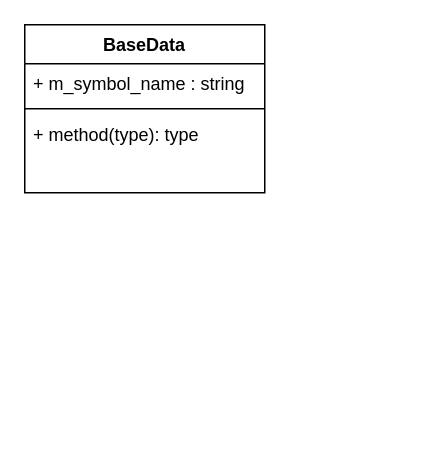
This is Chart/models.drawio from BaseMql5/TradeComplex, a draw.io file, before an edit. Source tidied: cells renumbered, new cells numbered last; positions are measured from the earlier drawing's top-left corner, leaving out a move shared by most shapes. Both pictures are drawn from the tidied source at 150%, with x=0, y=0 at pixel (24, 24).
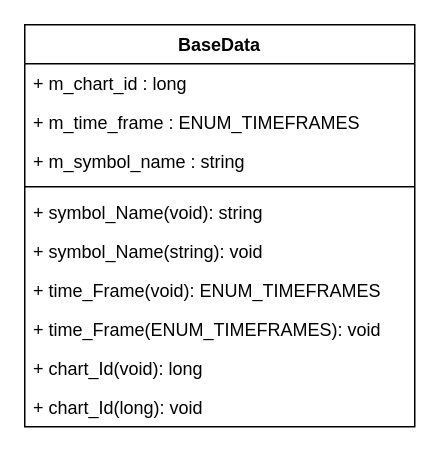
Above is the later version.

Change to the diagram source:
```diff
@@
 <mxGraphModel>
   <root>
     <mxCell id="0" />
     <mxCell id="1" parent="0" />
     <mxCell id="2" value="BaseData" style="swimlane;fontStyle=1;align=center;verticalAlign=top;horizontal=1;startSize=26;" parent="1" vertex="1">
-      <mxGeometry width="160" height="112" as="geometry" />
+      <mxGeometry width="260" height="268" as="geometry" />
     </mxCell>
+    <mxCell id="7" value="+ m_chart_id : long" style="text;strokeColor=none;fillColor=none;align=left;verticalAlign=top;spacingLeft=4;spacingRight=4;overflow=hidden;" parent="2" vertex="1">
+      <mxGeometry y="26" width="260" height="26" as="geometry" />
+    </mxCell>
+    <mxCell id="8" value="+ m_time_frame : ENUM_TIMEFRAMES" style="text;strokeColor=none;fillColor=none;align=left;verticalAlign=top;spacingLeft=4;spacingRight=4;overflow=hidden;" parent="2" vertex="1">
+      <mxGeometry y="52" width="260" height="26" as="geometry" />
+    </mxCell>
     <mxCell id="3" value="+ m_symbol_name : string" style="text;strokeColor=none;fillColor=none;align=left;verticalAlign=top;spacingLeft=4;spacingRight=4;overflow=hidden;" parent="2" vertex="1">
-      <mxGeometry y="26" width="160" height="26" as="geometry" />
+      <mxGeometry y="78" width="260" height="26" as="geometry" />
     </mxCell>
     <mxCell id="4" style="line;strokeWidth=1;fillColor=none;align=left;verticalAlign=middle;spacingTop=-1;spacingLeft=3;spacingRight=3;labelPosition=right;strokeColor=inherit;" parent="2" vertex="1">
-      <mxGeometry y="52" width="160" height="8" as="geometry" />
+      <mxGeometry y="104" width="260" height="8" as="geometry" />
     </mxCell>
-    <mxCell id="5" value="+ method(type): type" style="text;strokeColor=none;fillColor=none;align=left;verticalAlign=top;spacingLeft=4;spacingRight=4;overflow=hidden;" parent="2" vertex="1">
-      <mxGeometry y="60" width="160" height="26" as="geometry" />
+    <mxCell id="5" value="+ symbol_Name(void): string" style="text;strokeColor=none;fillColor=none;align=left;verticalAlign=top;spacingLeft=4;spacingRight=4;overflow=hidden;" parent="2" vertex="1">
+      <mxGeometry y="112" width="260" height="26" as="geometry" />
     </mxCell>
-    <mxCell id="6" style="text;strokeColor=none;fillColor=none;align=left;verticalAlign=top;spacingLeft=4;spacingRight=4;overflow=hidden;" parent="2" vertex="1">
-      <mxGeometry y="86" width="160" height="26" as="geometry" />
-    </mxCell>
+    <mxCell id="9" value="+ symbol_Name(string): void" style="text;strokeColor=none;fillColor=none;align=left;verticalAlign=top;spacingLeft=4;spacingRight=4;overflow=hidden;" parent="2" vertex="1">
+      <mxGeometry y="138" width="260" height="26" as="geometry" />
+    </mxCell>
+    <mxCell id="10" value="+ time_Frame(void): ENUM_TIMEFRAMES" style="text;strokeColor=none;fillColor=none;align=left;verticalAlign=top;spacingLeft=4;spacingRight=4;overflow=hidden;" parent="2" vertex="1">
+      <mxGeometry y="164" width="260" height="26" as="geometry" />
+    </mxCell>
+    <mxCell id="11" value="+ time_Frame(ENUM_TIMEFRAMES): void" style="text;strokeColor=none;fillColor=none;align=left;verticalAlign=top;spacingLeft=4;spacingRight=4;overflow=hidden;" parent="2" vertex="1">
+      <mxGeometry y="190" width="260" height="26" as="geometry" />
+    </mxCell>
+    <mxCell id="12" value="+ chart_Id(void): long" style="text;strokeColor=none;fillColor=none;align=left;verticalAlign=top;spacingLeft=4;spacingRight=4;overflow=hidden;" parent="2" vertex="1">
+      <mxGeometry y="216" width="260" height="26" as="geometry" />
+    </mxCell>
+    <mxCell id="13" value="+ chart_Id(long): void" style="text;strokeColor=none;fillColor=none;align=left;verticalAlign=top;spacingLeft=4;spacingRight=4;overflow=hidden;" parent="2" vertex="1">
+      <mxGeometry y="242" width="260" height="26" as="geometry" />
+    </mxCell>
   </root>
 </mxGraphModel>
```
